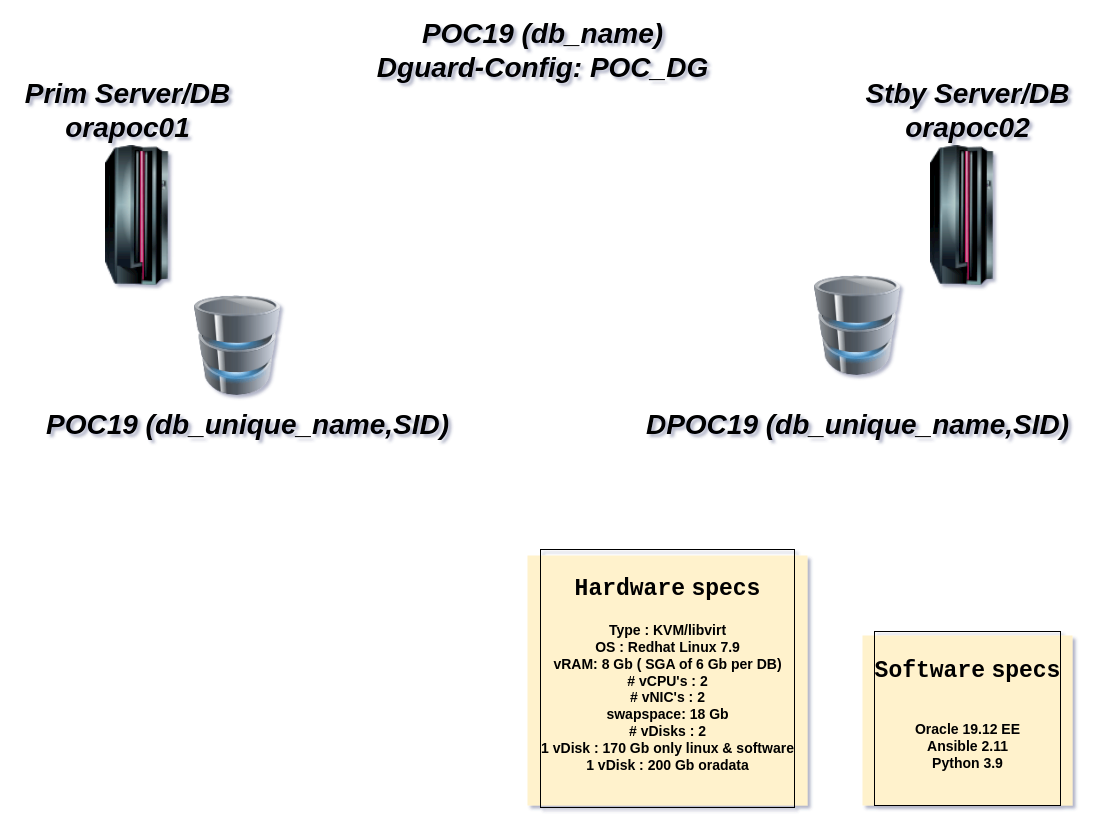
bnpdba/BNP_POC_DGuard keeps this draw.io diagram as xdoc/99_Various/Untitled Diagram.drawio. Above is the earlier version. Source tidied: cells renumbered, new cells numbered last; positions are measured from the earlier drawing's top-left corner, leaving out a move shared by most shapes. Both pictures are drawn from the tidied source at 100%, with x=0, y=0 at pixel (17, 25). Pictures stored in the file or linked from it are replaced by grey dashed boxes.
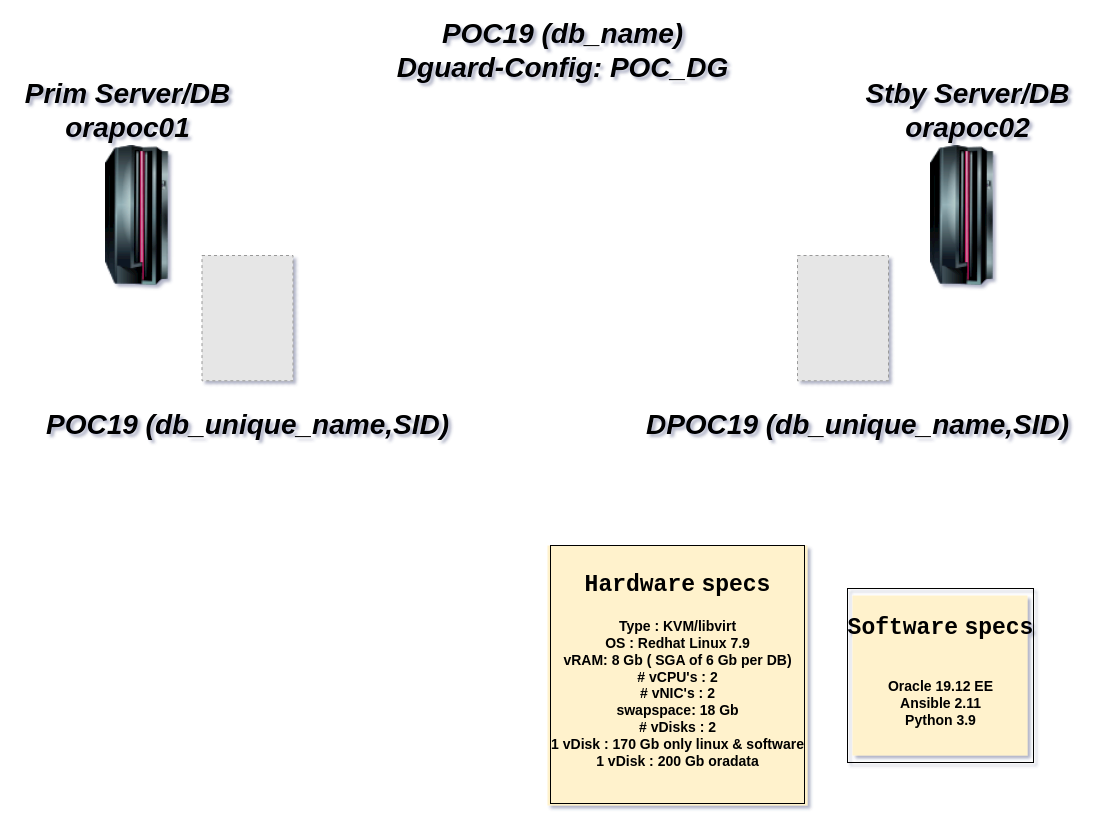
Above is the later version.

Change to the diagram source:
```diff
@@
 <mxGraphModel shadow="1">
   <root>
     <mxCell id="0" />
     <mxCell id="1" parent="0" />
-    <mxCell id="2" style="image;html=1;image=img/lib/clip_art/computers/Database_128x128.png;" parent="1" vertex="1">
-      <mxGeometry x="150" y="270" width="140" height="100" as="geometry" />
-    </mxCell>
     <mxCell id="3" style="image;html=1;image=img/lib/clip_art/computers/Mainframe_128x128.png;" parent="1" vertex="1">
       <mxGeometry x="10" y="120" width="220" height="140" as="geometry" />
     </mxCell>
-    <mxCell id="4" style="image;html=1;image=img/lib/clip_art/computers/Database_128x128.png;" parent="1" vertex="1">
-      <mxGeometry x="770" y="250" width="140" height="100" as="geometry" />
-    </mxCell>
     <mxCell id="5" style="image;html=1;image=img/lib/clip_art/computers/Mainframe_128x128.png;" parent="1" vertex="1">
       <mxGeometry x="835" y="120" width="220" height="140" as="geometry" />
     </mxCell>
     <mxCell id="6" value="&lt;div&gt;&lt;i&gt;&lt;font style=&quot;font-size: 28px&quot;&gt;&lt;b&gt;POC19 (db_name)&lt;br&gt;&lt;/b&gt;&lt;/font&gt;&lt;/i&gt;&lt;/div&gt;&lt;div&gt;&lt;i&gt;&lt;font style=&quot;font-size: 28px&quot;&gt;&lt;b&gt;Dguard-Config: POC_DG&lt;br&gt;&lt;/b&gt;&lt;/font&gt;&lt;/i&gt;&lt;/div&gt;" style="text;html=1;align=center;verticalAlign=middle;fillColor=none;strokeColor=none;rounded=0;" parent="1" vertex="1">
-      <mxGeometry x="350" width="350" height="50" as="geometry" />
+      <mxGeometry x="370" width="350" height="50" as="geometry" />
     </mxCell>
     <mxCell id="7" value="&lt;i&gt;&lt;font style=&quot;font-size: 28px&quot;&gt;&lt;b&gt;POC19 (db_unique_name,SID)&lt;/b&gt;&lt;/font&gt;&lt;/i&gt;" style="text;html=1;align=center;verticalAlign=middle;fillColor=none;strokeColor=none;rounded=0;" parent="1" vertex="1">
       <mxGeometry x="20" y="384" width="420" height="30" as="geometry" />
     </mxCell>
     <mxCell id="8" value="&lt;div&gt;&lt;i&gt;&lt;font style=&quot;font-size: 28px&quot;&gt;&lt;b&gt;Prim Server/DB&lt;br&gt;&lt;/b&gt;&lt;/font&gt;&lt;/i&gt;&lt;/div&gt;&lt;div&gt;&lt;i&gt;&lt;font style=&quot;font-size: 28px&quot;&gt;&lt;b&gt;orapoc01&lt;/b&gt;&lt;/font&gt;&lt;/i&gt;&lt;/div&gt;" style="text;html=1;align=center;verticalAlign=middle;fillColor=none;strokeColor=none;rounded=0;" parent="1" vertex="1">
       <mxGeometry y="60" width="220" height="50" as="geometry" />
     </mxCell>
     <mxCell id="9" value="&lt;div&gt;&lt;i&gt;&lt;font style=&quot;font-size: 28px&quot;&gt;&lt;b&gt;Stby Server/DB&lt;br&gt;&lt;/b&gt;&lt;/font&gt;&lt;/i&gt;&lt;/div&gt;&lt;div&gt;&lt;i&gt;&lt;font style=&quot;font-size: 28px&quot;&gt;&lt;b&gt;orapoc02&lt;/b&gt;&lt;/font&gt;&lt;/i&gt;&lt;/div&gt;" style="text;html=1;align=center;verticalAlign=middle;fillColor=none;strokeColor=none;rounded=0;" parent="1" vertex="1">
       <mxGeometry x="840" y="60" width="220" height="50" as="geometry" />
     </mxCell>
     <mxCell id="10" value="&lt;i&gt;&lt;font style=&quot;font-size: 28px&quot;&gt;&lt;b&gt;DPOC19 (db_unique_name,SID)&lt;/b&gt;&lt;/font&gt;&lt;/i&gt;" style="text;html=1;align=center;verticalAlign=middle;fillColor=none;strokeColor=none;rounded=0;" parent="1" vertex="1">
       <mxGeometry x="620" y="384" width="440" height="30" as="geometry" />
     </mxCell>
-    <mxCell id="11" value="&lt;div style=&quot;font-size: 14px&quot;&gt;&lt;h1&gt;&lt;font style=&quot;font-size: 14px&quot; face=&quot;Courier New&quot;&gt;&lt;span style=&quot;font-size: 14px&quot;&gt;&lt;/span&gt;&lt;/font&gt;&lt;font style=&quot;font-size: 23px&quot;&gt;&lt;span&gt;&lt;font face=&quot;Courier New&quot;&gt;Software&lt;/font&gt; &lt;font style=&quot;font-size: 23px&quot; face=&quot;Courier New&quot;&gt;specs&lt;/font&gt;&lt;br&gt;&lt;/span&gt;&lt;/font&gt;&lt;/h1&gt;&lt;/div&gt;&lt;div style=&quot;font-size: 14px&quot;&gt;&lt;font style=&quot;font-size: 14px&quot;&gt;&lt;span style=&quot;font-size: 14px&quot;&gt;&lt;br&gt;&lt;/span&gt;&lt;/font&gt;&lt;/div&gt;&lt;div style=&quot;font-size: 14px&quot;&gt;&lt;font style=&quot;font-size: 14px&quot;&gt;&lt;span style=&quot;font-size: 14px&quot;&gt;Oracle 19.12 EE&lt;br&gt;&lt;/span&gt;&lt;/font&gt;&lt;/div&gt;&lt;div style=&quot;font-size: 14px&quot;&gt;&lt;font style=&quot;font-size: 14px&quot;&gt;&lt;span style=&quot;font-size: 14px&quot;&gt;Ansible 2.11&lt;/span&gt;&lt;/font&gt;&lt;/div&gt;&lt;div style=&quot;font-size: 14px&quot;&gt;&lt;font style=&quot;font-size: 14px&quot;&gt;&lt;span style=&quot;font-size: 14px&quot;&gt;Python 3.9&lt;/span&gt;&lt;/font&gt;&lt;/div&gt;&lt;div style=&quot;font-size: 14px&quot;&gt;&lt;font style=&quot;font-size: 14px&quot;&gt;&lt;span style=&quot;font-size: 14px&quot;&gt;&lt;br style=&quot;font-size: 14px&quot;&gt;&lt;/span&gt;&lt;/font&gt;&lt;/div&gt;&lt;div style=&quot;font-size: 14px&quot;&gt;&lt;font style=&quot;font-size: 14px&quot;&gt;&lt;span style=&quot;font-size: 14px&quot;&gt;&lt;br style=&quot;font-size: 14px&quot;&gt;&lt;/span&gt;&lt;/font&gt;&lt;/div&gt;" style="text;html=1;align=center;verticalAlign=middle;rounded=0;fontSize=14;fontStyle=1;labelBorderColor=#000000;spacingTop=0;spacingLeft=4;spacingBottom=4;spacingRight=4;fillColor=#fff2cc;strokeWidth=0;" parent="1" vertex="1">
-      <mxGeometry x="845" y="610" width="210" height="170" as="geometry" />
+    <mxCell id="11" value="&lt;div style=&quot;font-size: 14px&quot;&gt;&lt;h1&gt;&lt;font style=&quot;font-size: 14px&quot; face=&quot;Courier New&quot;&gt;&lt;span style=&quot;font-size: 14px&quot;&gt;&lt;/span&gt;&lt;/font&gt;&lt;font style=&quot;font-size: 23px&quot;&gt;&lt;span&gt;&lt;font face=&quot;Courier New&quot;&gt;Software&lt;/font&gt; &lt;font style=&quot;font-size: 23px&quot; face=&quot;Courier New&quot;&gt;specs&lt;/font&gt;&lt;br&gt;&lt;/span&gt;&lt;/font&gt;&lt;/h1&gt;&lt;/div&gt;&lt;div style=&quot;font-size: 14px&quot;&gt;&lt;font style=&quot;font-size: 14px&quot;&gt;&lt;span style=&quot;font-size: 14px&quot;&gt;&lt;br&gt;&lt;/span&gt;&lt;/font&gt;&lt;/div&gt;&lt;div style=&quot;font-size: 14px&quot;&gt;&lt;font style=&quot;font-size: 14px&quot;&gt;&lt;span style=&quot;font-size: 14px&quot;&gt;Oracle 19.12 EE&lt;br&gt;&lt;/span&gt;&lt;/font&gt;&lt;/div&gt;&lt;div style=&quot;font-size: 14px&quot;&gt;&lt;font style=&quot;font-size: 14px&quot;&gt;&lt;span style=&quot;font-size: 14px&quot;&gt;Ansible 2.11&lt;/span&gt;&lt;/font&gt;&lt;/div&gt;&lt;div style=&quot;font-size: 14px&quot;&gt;&lt;font style=&quot;font-size: 14px&quot;&gt;&lt;span style=&quot;font-size: 14px&quot;&gt;Python 3.9&lt;/span&gt;&lt;/font&gt;&lt;/div&gt;&lt;div style=&quot;font-size: 14px&quot;&gt;&lt;font style=&quot;font-size: 14px&quot;&gt;&lt;span style=&quot;font-size: 14px&quot;&gt;&lt;br style=&quot;font-size: 14px&quot;&gt;&lt;/span&gt;&lt;/font&gt;&lt;/div&gt;&lt;div style=&quot;font-size: 14px&quot;&gt;&lt;font style=&quot;font-size: 14px&quot;&gt;&lt;span style=&quot;font-size: 14px&quot;&gt;&lt;br style=&quot;font-size: 14px&quot;&gt;&lt;/span&gt;&lt;/font&gt;&lt;/div&gt;" style="text;html=1;align=center;verticalAlign=middle;rounded=0;fontSize=14;fontStyle=1;labelBorderColor=#000000;spacingTop=0;spacingLeft=0;spacingBottom=0;spacingRight=0;fillColor=#fff2cc;strokeWidth=0;" parent="1" vertex="1">
+      <mxGeometry x="835" y="570" width="175" height="160" as="geometry" />
     </mxCell>
-    <mxCell id="12" value="&lt;div style=&quot;font-size: 14px&quot;&gt;&lt;font style=&quot;font-size: 14px&quot;&gt;&lt;span style=&quot;font-size: 14px&quot;&gt;&lt;/span&gt;&lt;/font&gt;&lt;h1&gt;&lt;font style=&quot;font-size: 23px&quot;&gt;&lt;span&gt;&lt;font style=&quot;font-size: 23px&quot; face=&quot;Courier New&quot;&gt;Hardware&lt;/font&gt; &lt;font style=&quot;font-size: 23px&quot; face=&quot;Courier New&quot;&gt;specs&lt;/font&gt;&lt;br&gt;&lt;/span&gt;&lt;/font&gt;&lt;/h1&gt;&lt;/div&gt;&lt;div style=&quot;font-size: 14px&quot;&gt;&lt;font style=&quot;font-size: 14px&quot;&gt;&lt;span style=&quot;font-size: 14px&quot;&gt;Type : KVM/libvirt&lt;br style=&quot;font-size: 14px&quot;&gt;&lt;/span&gt;&lt;/font&gt;&lt;/div&gt;&lt;div style=&quot;font-size: 14px&quot;&gt;&lt;font style=&quot;font-size: 14px&quot;&gt;&lt;span style=&quot;font-size: 14px&quot;&gt;OS : Redhat Linux 7.9&lt;/span&gt;&lt;/font&gt;&lt;/div&gt;&lt;div style=&quot;font-size: 14px&quot;&gt;&lt;font style=&quot;font-size: 14px&quot;&gt;&lt;span style=&quot;font-size: 14px&quot;&gt;vRAM: 8 Gb ( SGA of 6 Gb per DB)&lt;/span&gt;&lt;/font&gt;&lt;/div&gt;&lt;div style=&quot;font-size: 14px&quot;&gt;&lt;font style=&quot;font-size: 14px&quot;&gt;&lt;span style=&quot;font-size: 14px&quot;&gt;# vCPU's : 2 &lt;br style=&quot;font-size: 14px&quot;&gt;&lt;/span&gt;&lt;/font&gt;&lt;/div&gt;&lt;div style=&quot;font-size: 14px&quot;&gt;&lt;font style=&quot;font-size: 14px&quot;&gt;&lt;span style=&quot;font-size: 14px&quot;&gt;# vNIC's : 2&lt;/span&gt;&lt;/font&gt;&lt;/div&gt;&lt;div style=&quot;font-size: 14px&quot;&gt;&lt;font style=&quot;font-size: 14px&quot;&gt;&lt;span style=&quot;font-size: 14px&quot;&gt;swapspace: 18 Gb&lt;/span&gt;&lt;/font&gt;&lt;/div&gt;&lt;div style=&quot;font-size: 14px&quot;&gt;&lt;font style=&quot;font-size: 14px&quot;&gt;&lt;span style=&quot;font-size: 14px&quot;&gt;# vDisks : 2&lt;/span&gt;&lt;/font&gt;&lt;/div&gt;&lt;div style=&quot;font-size: 14px&quot;&gt;&lt;font style=&quot;font-size: 14px&quot;&gt;&lt;span style=&quot;font-size: 14px&quot;&gt;1 vDisk : 170 Gb only linux &amp;amp; software&lt;/span&gt;&lt;/font&gt;&lt;/div&gt;&lt;div style=&quot;font-size: 14px&quot;&gt;&lt;font style=&quot;font-size: 14px&quot;&gt;&lt;span style=&quot;font-size: 14px&quot;&gt;1 vDisk : 200 Gb oradata&lt;br style=&quot;font-size: 14px&quot;&gt;&lt;/span&gt;&lt;/font&gt;&lt;/div&gt;&lt;div style=&quot;font-size: 14px&quot;&gt;&lt;font style=&quot;font-size: 14px&quot;&gt;&lt;span style=&quot;font-size: 14px&quot;&gt;&lt;br style=&quot;font-size: 14px&quot;&gt;&lt;br&gt;&lt;/span&gt;&lt;/font&gt;&lt;/div&gt;" style="text;html=1;align=center;verticalAlign=middle;rounded=0;fontSize=14;fontStyle=1;labelBorderColor=#000000;spacingTop=0;spacingLeft=4;spacingBottom=4;spacingRight=4;fillColor=#fff2cc;strokeWidth=0;" parent="1" vertex="1">
-      <mxGeometry x="510" y="530" width="280" height="250" as="geometry" />
+    <mxCell id="12" value="&lt;div style=&quot;font-size: 14px&quot;&gt;&lt;font style=&quot;font-size: 14px&quot;&gt;&lt;span style=&quot;font-size: 14px&quot;&gt;&lt;/span&gt;&lt;/font&gt;&lt;h1&gt;&lt;font style=&quot;font-size: 23px&quot;&gt;&lt;span&gt;&lt;font style=&quot;font-size: 23px&quot; face=&quot;Courier New&quot;&gt;Hardware&lt;/font&gt; &lt;font style=&quot;font-size: 23px&quot; face=&quot;Courier New&quot;&gt;specs&lt;/font&gt;&lt;br&gt;&lt;/span&gt;&lt;/font&gt;&lt;/h1&gt;&lt;/div&gt;&lt;div style=&quot;font-size: 14px&quot;&gt;&lt;font style=&quot;font-size: 14px&quot;&gt;&lt;span style=&quot;font-size: 14px&quot;&gt;Type : KVM/libvirt&lt;br style=&quot;font-size: 14px&quot;&gt;&lt;/span&gt;&lt;/font&gt;&lt;/div&gt;&lt;div style=&quot;font-size: 14px&quot;&gt;&lt;font style=&quot;font-size: 14px&quot;&gt;&lt;span style=&quot;font-size: 14px&quot;&gt;OS : Redhat Linux 7.9&lt;/span&gt;&lt;/font&gt;&lt;/div&gt;&lt;div style=&quot;font-size: 14px&quot;&gt;&lt;font style=&quot;font-size: 14px&quot;&gt;&lt;span style=&quot;font-size: 14px&quot;&gt;vRAM: 8 Gb ( SGA of 6 Gb per DB)&lt;/span&gt;&lt;/font&gt;&lt;/div&gt;&lt;div style=&quot;font-size: 14px&quot;&gt;&lt;font style=&quot;font-size: 14px&quot;&gt;&lt;span style=&quot;font-size: 14px&quot;&gt;# vCPU's : 2 &lt;br style=&quot;font-size: 14px&quot;&gt;&lt;/span&gt;&lt;/font&gt;&lt;/div&gt;&lt;div style=&quot;font-size: 14px&quot;&gt;&lt;font style=&quot;font-size: 14px&quot;&gt;&lt;span style=&quot;font-size: 14px&quot;&gt;# vNIC's : 2&lt;/span&gt;&lt;/font&gt;&lt;/div&gt;&lt;div style=&quot;font-size: 14px&quot;&gt;&lt;font style=&quot;font-size: 14px&quot;&gt;&lt;span style=&quot;font-size: 14px&quot;&gt;swapspace: 18 Gb&lt;/span&gt;&lt;/font&gt;&lt;/div&gt;&lt;div style=&quot;font-size: 14px&quot;&gt;&lt;font style=&quot;font-size: 14px&quot;&gt;&lt;span style=&quot;font-size: 14px&quot;&gt;# vDisks : 2&lt;/span&gt;&lt;/font&gt;&lt;/div&gt;&lt;div style=&quot;font-size: 14px&quot;&gt;&lt;font style=&quot;font-size: 14px&quot;&gt;&lt;span style=&quot;font-size: 14px&quot;&gt;1 vDisk : 170 Gb only linux &amp;amp; software&lt;/span&gt;&lt;/font&gt;&lt;/div&gt;&lt;div style=&quot;font-size: 14px&quot;&gt;&lt;font style=&quot;font-size: 14px&quot;&gt;&lt;span style=&quot;font-size: 14px&quot;&gt;1 vDisk : 200 Gb oradata&lt;br style=&quot;font-size: 14px&quot;&gt;&lt;/span&gt;&lt;/font&gt;&lt;/div&gt;&lt;div style=&quot;font-size: 14px&quot;&gt;&lt;font style=&quot;font-size: 14px&quot;&gt;&lt;span style=&quot;font-size: 14px&quot;&gt;&lt;br style=&quot;font-size: 14px&quot;&gt;&lt;br&gt;&lt;/span&gt;&lt;/font&gt;&lt;/div&gt;" style="text;html=1;align=center;verticalAlign=middle;rounded=0;fontSize=14;fontStyle=1;labelBorderColor=#000000;spacingTop=0;spacingLeft=2;spacingBottom=2;spacingRight=2;fillColor=#fff2cc;strokeWidth=0;" parent="1" vertex="1">
+      <mxGeometry x="530" y="520" width="260" height="260" as="geometry" />
     </mxCell>
+    <mxCell id="13" style="fillColor=#E6E6E6;strokeColor=#999999;dashed=1;verticalLabelPosition=bottom;verticalAlign=top;" parent="1" vertex="1">
+      <mxGeometry x="184.5" y="230" width="91" height="125.3" as="geometry" />
+    </mxCell>
+    <mxCell id="14" style="fillColor=#E6E6E6;strokeColor=#999999;dashed=1;verticalLabelPosition=bottom;verticalAlign=top;" parent="1" vertex="1">
+      <mxGeometry x="780" y="230" width="91" height="125.3" as="geometry" />
+    </mxCell>
   </root>
 </mxGraphModel>
```
